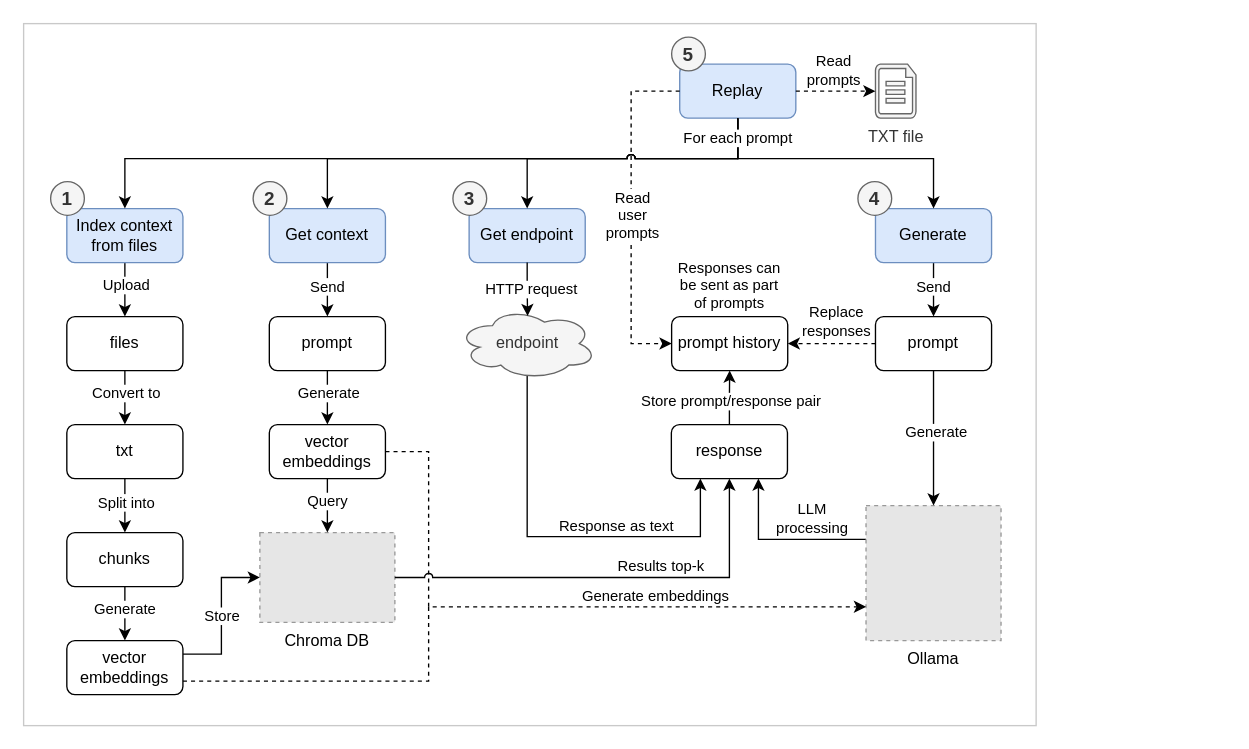
This is doc/app_flow.drawio from intentor/llm-workbench, a draw.io file, before an edit. Source tidied: cells renumbered, new cells numbered last; positions are measured from the earlier drawing's top-left corner, leaving out a move shared by most shapes. Both pictures are drawn from the tidied source at 135%, with x=0, y=0 at pixel (23, 23). Pictures stored in the file or linked from it are replaced by grey dashed boxes.
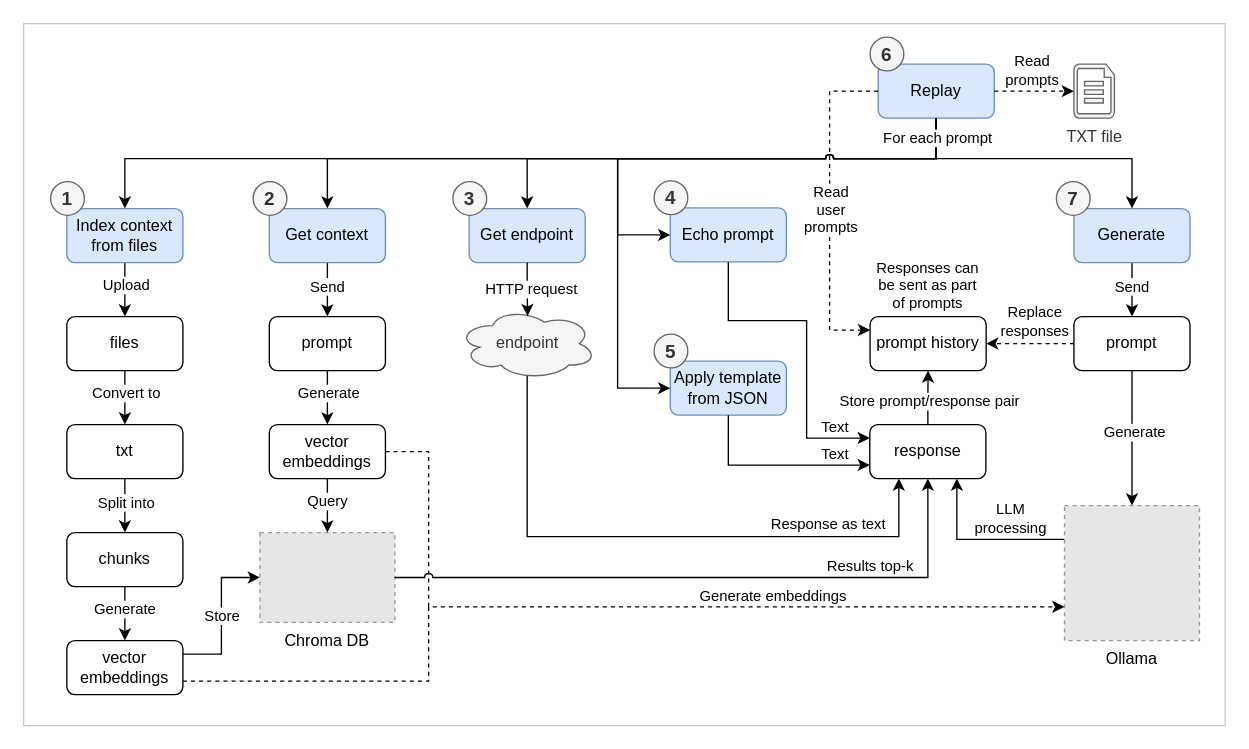
Above is the later version.

Commit message (it also covers changes not shown here):
Add template prompt tool

Unchanged cells that the change refers to:
```xml
<mxCell id="3" value="Chroma DB" style="fillColor=#E6E6E6;strokeColor=#999999;dashed=1;verticalLabelPosition=bottom;labelBackgroundColor=default;verticalAlign=top;" parent="1" vertex="1">
  <mxGeometry x="175" y="377" width="100" height="66.5" as="geometry" />
</mxCell>
<mxCell id="36" value="Index context from files" style="rounded=1;whiteSpace=wrap;html=1;fillColor=#dae8fc;strokeColor=#6c8ebf;" parent="35" vertex="1">
  <mxGeometry x="12" y="20" width="86" height="40" as="geometry" />
</mxCell>
<mxCell id="39" value="Get context" style="rounded=1;whiteSpace=wrap;html=1;fillColor=#dae8fc;strokeColor=#6c8ebf;" parent="38" vertex="1">
  <mxGeometry x="12" y="20" width="86" height="40" as="geometry" />
</mxCell>
<mxCell id="42" value="Generate" style="rounded=1;whiteSpace=wrap;html=1;fillColor=#dae8fc;strokeColor=#6c8ebf;" parent="41" vertex="1">
  <mxGeometry x="13" y="20" width="86" height="40" as="geometry" />
</mxCell>
<mxCell id="45" value="Replay" style="rounded=1;whiteSpace=wrap;html=1;fillColor=#dae8fc;strokeColor=#6c8ebf;" parent="44" vertex="1">
  <mxGeometry x="6" y="20" width="86" height="40" as="geometry" />
</mxCell>
<mxCell id="61" value="Get endpoint" style="rounded=1;whiteSpace=wrap;html=1;fillColor=#dae8fc;strokeColor=#6c8ebf;" parent="60" vertex="1">
  <mxGeometry x="12" y="20" width="86" height="40" as="geometry" />
</mxCell>
```

What changed in the source:
```diff
@@
     <mxCell id="2" style="rounded=0;whiteSpace=wrap;html=1;strokeColor=#C9C9C9;" parent="1" vertex="1">
-      <mxGeometry width="750" height="520" as="geometry" />
+      <mxGeometry width="890" height="520" as="geometry" />
     </mxCell>
@@
     <mxCell id="6" value="Ollama" style="fillColor=#E6E6E6;strokeColor=#999999;dashed=1;verticalLabelPosition=bottom;labelBackgroundColor=default;verticalAlign=top;" parent="1" vertex="1">
-      <mxGeometry x="624" y="357" width="100" height="100" as="geometry" />
+      <mxGeometry x="771" y="357" width="100" height="100" as="geometry" />
     </mxCell>
@@
     <mxCell id="27" value="prompt" style="rounded=1;whiteSpace=wrap;html=1;" parent="1" vertex="1">
-      <mxGeometry x="631" y="217" width="86" height="40" as="geometry" />
+      <mxGeometry x="778" y="217" width="86" height="40" as="geometry" />
     </mxCell>
@@
     <mxCell id="30" value="prompt history" style="rounded=1;whiteSpace=wrap;html=1;" parent="1" vertex="1">
-      <mxGeometry x="480" y="217" width="86" height="40" as="geometry" />
+      <mxGeometry x="627" y="217" width="86" height="40" as="geometry" />
     </mxCell>
@@
     <mxCell id="33" value="response" style="rounded=1;whiteSpace=wrap;html=1;" parent="1" vertex="1">
-      <mxGeometry x="479.8" y="297" width="86" height="40" as="geometry" />
+      <mxGeometry x="626.8" y="297" width="86" height="40" as="geometry" />
     </mxCell>
     <mxCell id="34" value="Responses can be sent as part of prompts" style="text;html=1;align=center;verticalAlign=middle;whiteSpace=wrap;rounded=0;fontSize=11;" parent="1" vertex="1">
-      <mxGeometry x="480" y="172.5" width="85.8" height="43" as="geometry" />
+      <mxGeometry x="627" y="172.5" width="85.8" height="43" as="geometry" />
     </mxCell>
@@
     <mxCell id="41" style="group;" parent="1" vertex="1">
-      <mxGeometry x="618" y="117" width="99" height="60" as="geometry" />
+      <mxGeometry x="765" y="117" width="99" height="60" as="geometry" />
     </mxCell>
@@
-    <mxCell id="43" value="4" style="ellipse;whiteSpace=wrap;html=1;fillColor=#f5f5f5;strokeColor=#666666;fontStyle=1;fontSize=14;fontColor=#333333;" parent="41" vertex="1">
+    <mxCell id="43" value="7" style="ellipse;whiteSpace=wrap;html=1;fillColor=#f5f5f5;strokeColor=#666666;fontStyle=1;fontSize=14;fontColor=#333333;" parent="41" vertex="1">
       <mxGeometry width="25" height="25" as="geometry" />
     </mxCell>
     <mxCell id="44" style="group;" parent="1" vertex="1">
-      <mxGeometry x="480" y="10" width="98" height="60" as="geometry" />
+      <mxGeometry x="627" y="10" width="98" height="60" as="geometry" />
     </mxCell>
@@
-    <mxCell id="46" value="5" style="ellipse;whiteSpace=wrap;html=1;fillColor=#f5f5f5;strokeColor=#666666;fontStyle=1;fontSize=14;fontColor=#333333;" parent="44" vertex="1">
+    <mxCell id="46" value="6" style="ellipse;whiteSpace=wrap;html=1;fillColor=#f5f5f5;strokeColor=#666666;fontStyle=1;fontSize=14;fontColor=#333333;" parent="44" vertex="1">
       <mxGeometry width="25" height="25" as="geometry" />
     </mxCell>
     <mxCell id="47" value="TXT file" style="verticalLabelPosition=bottom;html=1;verticalAlign=top;align=center;strokeColor=#666666;fillColor=#f5f5f5;shape=mxgraph.azure.cloud_services_configuration_file;fontColor=#333333;" parent="1" vertex="1">
-      <mxGeometry x="631" y="30" width="30" height="40" as="geometry" />
+      <mxGeometry x="778" y="30" width="30" height="40" as="geometry" />
     </mxCell>
@@
     <mxCell id="58" style="edgeStyle=orthogonalEdgeStyle;rounded=0;jettySize=auto;html=1;exitX=1;exitY=0.5;exitDx=0;exitDy=0;jumpStyle=arc;entryX=0.5;entryY=1;entryDx=0;entryDy=0;" parent="1" edge="1" source="3" target="33">
       <mxGeometry relative="1" as="geometry">
         <Array as="points">
-          <mxPoint x="523" y="410" />
+          <mxPoint x="670" y="410" />
         </Array>
       </mxGeometry>
     </mxCell>
     <mxCell id="59" value="Results top-k" style="edgeLabel;html=1;align=center;verticalAlign=middle;" parent="58" vertex="1">
       <mxGeometry x="0.3" relative="1" as="geometry">
-        <mxPoint x="-12" y="-9" as="offset" />
+        <mxPoint x="48" y="-9" as="offset" />
       </mxGeometry>
     </mxCell>
@@
     <mxCell id="63" style="edgeStyle=orthogonalEdgeStyle;rounded=0;jettySize=auto;html=1;entryX=0.25;entryY=1;entryDx=0;entryDy=0;" parent="1" edge="1" target="33">
       <mxGeometry relative="1" as="geometry">
         <mxPoint x="373" y="260" as="sourcePoint" />
         <Array as="points">
           <mxPoint x="373" y="380" />
-          <mxPoint x="502" y="380" />
-          <mxPoint x="502" y="337" />
+          <mxPoint x="648" y="380" />
         </Array>
       </mxGeometry>
     </mxCell>
     <mxCell id="64" value="Response as text" style="edgeLabel;html=1;align=center;verticalAlign=middle;" parent="63" vertex="1">
       <mxGeometry x="-0.43" relative="1" as="geometry">
-        <mxPoint x="65" y="28" as="offset" />
+        <mxPoint x="217" y="-10" as="offset" />
       </mxGeometry>
     </mxCell>
@@
-    <mxCell id="68" style="edgeStyle=orthogonalEdgeStyle;rounded=0;jettySize=auto;html=1;exitX=0;exitY=0.5;exitDx=0;exitDy=0;entryX=0;entryY=0.5;entryDx=0;entryDy=0;dashed=1;" parent="1" edge="1" source="45" target="30">
+    <mxCell id="68" style="edgeStyle=orthogonalEdgeStyle;rounded=0;jettySize=auto;html=1;exitX=0;exitY=0.5;exitDx=0;exitDy=0;entryX=0;entryY=0.25;entryDx=0;entryDy=0;dashed=1;" parent="1" edge="1" source="45" target="30">
       <mxGeometry relative="1" as="geometry">
         <Array as="points">
-          <mxPoint x="450" y="50" />
-          <mxPoint x="450" y="237" />
+          <mxPoint x="597" y="50" />
+          <mxPoint x="597" y="227" />
         </Array>
       </mxGeometry>
     </mxCell>
@@
     <mxCell id="70" style="edgeStyle=orthogonalEdgeStyle;rounded=0;jettySize=auto;html=1;entryX=0.5;entryY=0;entryDx=0;entryDy=0;jumpStyle=arc;exitX=0.5;exitY=1;exitDx=0;exitDy=0;" parent="1" edge="1" source="45" target="39">
       <mxGeometry relative="1" as="geometry">
         <Array as="points">
-          <mxPoint x="529" y="100" />
+          <mxPoint x="676" y="100" />
           <mxPoint x="225" y="100" />
         </Array>
       </mxGeometry>
     </mxCell>
     <mxCell id="71" style="edgeStyle=orthogonalEdgeStyle;rounded=0;jettySize=auto;html=1;entryX=0.5;entryY=0;entryDx=0;entryDy=0;jumpStyle=arc;" parent="1" edge="1" source="45" target="36">
       <mxGeometry relative="1" as="geometry">
         <Array as="points">
-          <mxPoint x="529" y="100" />
+          <mxPoint x="676" y="100" />
           <mxPoint x="75" y="100" />
         </Array>
       </mxGeometry>
     </mxCell>
     <mxCell id="72" style="edgeStyle=orthogonalEdgeStyle;rounded=0;jettySize=auto;html=1;exitX=0.5;exitY=1;exitDx=0;exitDy=0;entryX=0.5;entryY=0;entryDx=0;entryDy=0;jumpStyle=arc;" parent="1" edge="1" source="45" target="61">
       <mxGeometry relative="1" as="geometry">
         <Array as="points">
-          <mxPoint x="529" y="100" />
+          <mxPoint x="676" y="100" />
           <mxPoint x="373" y="100" />
         </Array>
       </mxGeometry>
     </mxCell>
     <mxCell id="73" style="edgeStyle=orthogonalEdgeStyle;rounded=0;jettySize=auto;html=1;entryX=0.5;entryY=0;entryDx=0;entryDy=0;exitX=0.5;exitY=1;exitDx=0;exitDy=0;jumpStyle=arc;" parent="1" edge="1" source="45" target="42">
       <mxGeometry relative="1" as="geometry">
         <Array as="points">
-          <mxPoint x="529" y="100" />
-          <mxPoint x="674" y="100" />
+          <mxPoint x="676" y="100" />
+          <mxPoint x="821" y="100" />
         </Array>
       </mxGeometry>
     </mxCell>
+    <mxCell id="75" style="group;" parent="1" vertex="1">
+      <mxGeometry x="467" y="116.5" width="98" height="60" as="geometry" />
+    </mxCell>
+    <mxCell id="76" value="Echo prompt" style="rounded=1;whiteSpace=wrap;html=1;fillColor=#dae8fc;strokeColor=#6c8ebf;" parent="75" vertex="1">
+      <mxGeometry x="12" y="20" width="86" height="40" as="geometry" />
+    </mxCell>
+    <mxCell id="77" value="4" style="ellipse;whiteSpace=wrap;html=1;fillColor=#f5f5f5;strokeColor=#666666;fontStyle=1;fontSize=14;fontColor=#333333;" parent="75" vertex="1">
+      <mxGeometry width="25" height="25" as="geometry" />
+    </mxCell>
+    <mxCell id="78" style="group;" parent="1" vertex="1">
+      <mxGeometry x="467" y="230" width="98" height="60" as="geometry" />
+    </mxCell>
+    <mxCell id="79" value="Apply template&lt;div&gt;from JSON&lt;/div&gt;" style="rounded=1;whiteSpace=wrap;html=1;fillColor=#dae8fc;strokeColor=#6c8ebf;" parent="78" vertex="1">
+      <mxGeometry x="12" y="20" width="86" height="40" as="geometry" />
+    </mxCell>
+    <mxCell id="80" value="5" style="ellipse;whiteSpace=wrap;html=1;fillColor=#f5f5f5;strokeColor=#666666;fontStyle=1;fontSize=14;fontColor=#333333;" parent="78" vertex="1">
+      <mxGeometry width="25" height="25" as="geometry" />
+    </mxCell>
+    <mxCell id="81" style="edgeStyle=orthogonalEdgeStyle;rounded=0;jettySize=auto;html=1;entryX=0;entryY=0.5;entryDx=0;entryDy=0;jumpStyle=arc;" parent="1" edge="1" source="45" target="76">
+      <mxGeometry relative="1" as="geometry">
+        <Array as="points">
+          <mxPoint x="676" y="100" />
+          <mxPoint x="440" y="100" />
+          <mxPoint x="440" y="157" />
+        </Array>
+      </mxGeometry>
+    </mxCell>
+    <mxCell id="82" style="edgeStyle=orthogonalEdgeStyle;rounded=0;jettySize=auto;html=1;entryX=0;entryY=0.5;entryDx=0;entryDy=0;jumpStyle=arc;" parent="1" edge="1" source="45" target="79">
+      <mxGeometry relative="1" as="geometry">
+        <Array as="points">
+          <mxPoint x="676" y="100" />
+          <mxPoint x="440" y="100" />
+          <mxPoint x="440" y="270" />
+        </Array>
+      </mxGeometry>
+    </mxCell>
-    <mxCell id="74" value="For each prompt" style="edgeLabel;html=1;align=center;verticalAlign=middle;" parent="73" vertex="1">
-      <mxGeometry x="-0.85" y="-1" relative="1" as="geometry">
-        <mxPoint y="-2" as="offset" />
-      </mxGeometry>
+    <mxCell id="74" value="For each prompt" style="edgeLabel;html=1;align=center;verticalAlign=middle;" parent="82" vertex="1">
+      <mxGeometry x="-0.94" relative="1" as="geometry" />
     </mxCell>
+    <mxCell id="83" style="edgeStyle=orthogonalEdgeStyle;rounded=0;jettySize=auto;html=1;exitX=0.5;exitY=1;exitDx=0;exitDy=0;entryX=0;entryY=0.75;entryDx=0;entryDy=0;" parent="1" edge="1" source="79" target="33">
+      <mxGeometry relative="1" as="geometry" />
+    </mxCell>
+    <mxCell id="84" value="Text" style="edgeLabel;html=1;align=center;verticalAlign=middle;" parent="83" vertex="1">
+      <mxGeometry x="0.06" y="2" relative="1" as="geometry">
+        <mxPoint x="40" y="-7" as="offset" />
+      </mxGeometry>
+    </mxCell>
+    <mxCell id="85" style="edgeStyle=orthogonalEdgeStyle;rounded=0;jettySize=auto;html=1;entryX=0;entryY=0.25;entryDx=0;entryDy=0;exitX=0.5;exitY=1;exitDx=0;exitDy=0;" parent="1" edge="1" source="76" target="33">
+      <mxGeometry relative="1" as="geometry">
+        <Array as="points">
+          <mxPoint x="522" y="220" />
+          <mxPoint x="580" y="220" />
+          <mxPoint x="580" y="307" />
+        </Array>
+      </mxGeometry>
+    </mxCell>
+    <mxCell id="86" value="Text" style="edgeLabel;html=1;align=center;verticalAlign=middle;" parent="85" vertex="1">
+      <mxGeometry x="0.75" y="3" relative="1" as="geometry">
+        <mxPoint x="3" y="-6" as="offset" />
+      </mxGeometry>
+    </mxCell>
```
